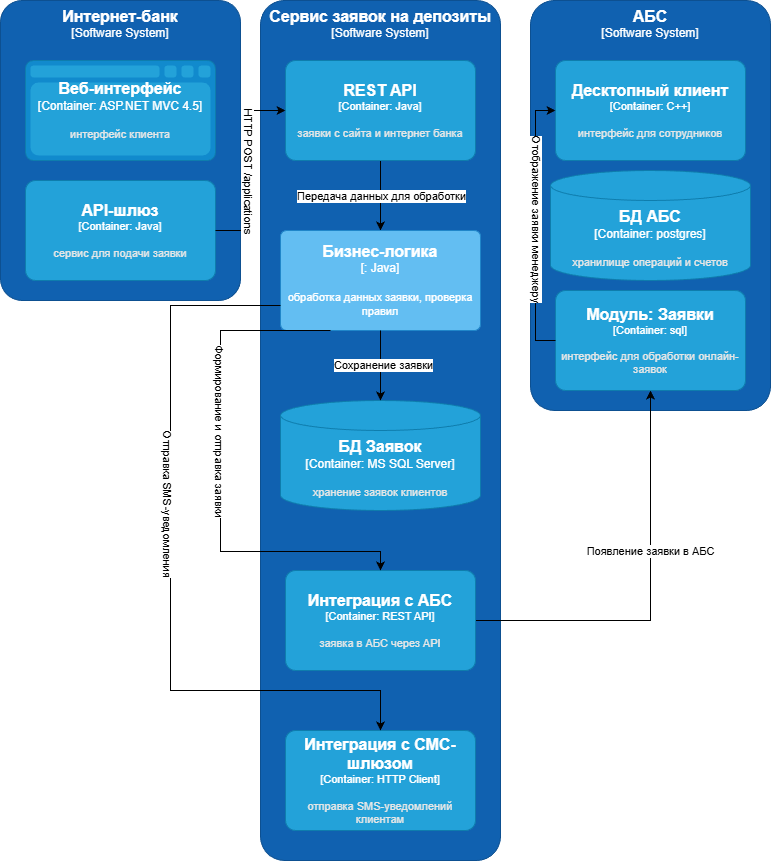
Above: Task3/task_3_container_diagram.png in honeypot9/architecture-pro-standart (draw.io), before the change. Source tidied: cells renumbered, new cells last; positions are measured from the earlier drawing's top-left corner, leaving out a move shared by most shapes.
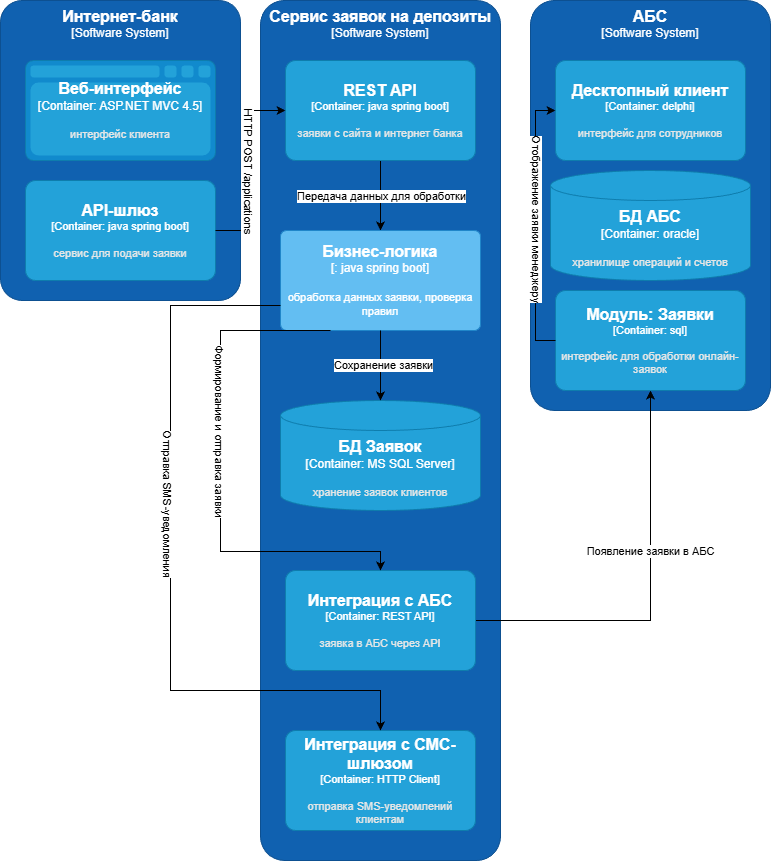
Above is the later version.

Commit message:
Задание 3. Открытие депозитов онлайн. Правка диаграмм.

Change to the diagram source:
```diff
@@ -25,7 +25,7 @@
         <mxGeometry x="25" y="60" width="190" height="100" as="geometry" />
       </mxCell>
     </object>
-    <object id="7" label="&lt;font style=&quot;font-size: 16px&quot;&gt;&lt;b&gt;%c4Name%&lt;/b&gt;&lt;/font&gt;&lt;div&gt;[%c4Type%: %c4Technology%]&lt;/div&gt;&lt;br&gt;&lt;div&gt;&lt;font style=&quot;font-size: 11px&quot;&gt;&lt;font color=&quot;#E6E6E6&quot;&gt;%c4Description%&lt;/font&gt;&lt;/div&gt;" c4Description="сервис для подачи заявки" c4Name="API-шлюз" c4Technology="Java" c4Type="Container" placeholders="1">
+    <object id="7" label="&lt;font style=&quot;font-size: 16px&quot;&gt;&lt;b&gt;%c4Name%&lt;/b&gt;&lt;/font&gt;&lt;div&gt;[%c4Type%: %c4Technology%]&lt;/div&gt;&lt;br&gt;&lt;div&gt;&lt;font style=&quot;font-size: 11px&quot;&gt;&lt;font color=&quot;#E6E6E6&quot;&gt;%c4Description%&lt;/font&gt;&lt;/div&gt;" c4Description="сервис для подачи заявки" c4Name="API-шлюз" c4Technology="java spring boot" c4Type="Container" placeholders="1">
       <mxCell style="rounded=1;whiteSpace=wrap;html=1;fontSize=11;labelBackgroundColor=none;fillColor=#23A2D9;fontColor=#ffffff;align=center;arcSize=10;strokeColor=#0E7DAD;points=[[0.25,0,0],[0.5,0,0],[0.75,0,0],[1,0.25,0],[1,0.5,0],[1,0.75,0],[0.75,1,0],[0.5,1,0],[0.25,1,0],[0,0.75,0],[0,0.5,0],[0,0.25,0]];" parent="1" vertex="1">
         <mxGeometry x="25" y="180" width="190" height="100" as="geometry" />
       </mxCell>
@@ -36,12 +36,12 @@
     <mxCell id="9" value="Передача данных для обработки" style="edgeLabel;html=1;align=center;verticalAlign=middle;" parent="8" vertex="1">
       <mxGeometry relative="1" as="geometry" />
     </mxCell>
-    <object id="10" label="&lt;font style=&quot;font-size: 16px&quot;&gt;&lt;b&gt;%c4Name%&lt;/b&gt;&lt;/font&gt;&lt;div&gt;[%c4Type%: %c4Technology%]&lt;/div&gt;&lt;br&gt;&lt;div&gt;&lt;font style=&quot;font-size: 11px&quot;&gt;&lt;font color=&quot;#E6E6E6&quot;&gt;%c4Description%&lt;/font&gt;&lt;/div&gt;" c4Description="заявки с сайта и интернет банка" c4Name="REST API" c4Technology="Java" c4Type="Container" placeholders="1">
+    <object id="10" label="&lt;font style=&quot;font-size: 16px&quot;&gt;&lt;b&gt;%c4Name%&lt;/b&gt;&lt;/font&gt;&lt;div&gt;[%c4Type%: %c4Technology%]&lt;/div&gt;&lt;br&gt;&lt;div&gt;&lt;font style=&quot;font-size: 11px&quot;&gt;&lt;font color=&quot;#E6E6E6&quot;&gt;%c4Description%&lt;/font&gt;&lt;/div&gt;" c4Description="заявки с сайта и интернет банка" c4Name="REST API" c4Technology="java spring boot" c4Type="Container" placeholders="1">
       <mxCell style="rounded=1;whiteSpace=wrap;html=1;fontSize=11;labelBackgroundColor=none;fillColor=#23A2D9;fontColor=#ffffff;align=center;arcSize=10;strokeColor=#0E7DAD;points=[[0.25,0,0],[0.5,0,0],[0.75,0,0],[1,0.25,0],[1,0.5,0],[1,0.75,0],[0.75,1,0],[0.5,1,0],[0.25,1,0],[0,0.75,0],[0,0.5,0],[0,0.25,0]];" parent="1" vertex="1">
         <mxGeometry x="285" y="60" width="190" height="100" as="geometry" />
       </mxCell>
     </object>
-    <object id="11" label="&lt;font style=&quot;font-size: 16px&quot;&gt;&lt;b&gt;%c4Name%&lt;/b&gt;&lt;/font&gt;&lt;div&gt;[%c4Type%: %c4Technology%]&lt;/div&gt;&lt;br&gt;&lt;div&gt;&lt;font style=&quot;font-size: 11px&quot;&gt;%c4Description%&lt;/font&gt;&lt;/div&gt;" c4Description="обработка данных заявки, проверка правил" c4Name="Бизнес-логика" c4Technology="Java" c4Type="" placeholders="1">
+    <object id="11" label="&lt;font style=&quot;font-size: 16px&quot;&gt;&lt;b&gt;%c4Name%&lt;/b&gt;&lt;/font&gt;&lt;div&gt;[%c4Type%: %c4Technology%]&lt;/div&gt;&lt;br&gt;&lt;div&gt;&lt;font style=&quot;font-size: 11px&quot;&gt;%c4Description%&lt;/font&gt;&lt;/div&gt;" c4Description="обработка данных заявки, проверка правил" c4Name="Бизнес-логика" c4Technology="java spring boot" c4Type="" placeholders="1">
       <mxCell style="rounded=1;whiteSpace=wrap;html=1;labelBackgroundColor=none;fillColor=#63BEF2;fontColor=#ffffff;align=center;arcSize=6;strokeColor=#2086C9;points=[[0.25,0,0],[0.5,0,0],[0.75,0,0],[1,0.25,0],[1,0.5,0],[1,0.75,0],[0.75,1,0],[0.5,1,0],[0.25,1,0],[0,0.75,0],[0,0.5,0],[0,0.25,0]];" parent="1" vertex="1">
         <mxGeometry x="280" y="230" width="200" height="100" as="geometry" />
       </mxCell>
@@ -67,12 +67,12 @@
         <mxGeometry x="285" y="730" width="190" height="100" as="geometry" />
       </mxCell>
     </object>
-    <object id="17" label="&lt;font style=&quot;font-size: 16px&quot;&gt;&lt;b&gt;%c4Name%&lt;/b&gt;&lt;/font&gt;&lt;div&gt;[%c4Type%: %c4Technology%]&lt;/div&gt;&lt;br&gt;&lt;div&gt;&lt;font style=&quot;font-size: 11px&quot;&gt;&lt;font color=&quot;#E6E6E6&quot;&gt;%c4Description%&lt;/font&gt;&lt;/div&gt;" c4Description="интерфейс для сотрудников" c4Name="Десктопный клиент" c4Technology="C++" c4Type="Container" placeholders="1">
+    <object id="17" label="&lt;font style=&quot;font-size: 16px&quot;&gt;&lt;b&gt;%c4Name%&lt;/b&gt;&lt;/font&gt;&lt;div&gt;[%c4Type%: %c4Technology%]&lt;/div&gt;&lt;br&gt;&lt;div&gt;&lt;font style=&quot;font-size: 11px&quot;&gt;&lt;font color=&quot;#E6E6E6&quot;&gt;%c4Description%&lt;/font&gt;&lt;/div&gt;" c4Description="интерфейс для сотрудников" c4Name="Десктопный клиент" c4Technology="delphi" c4Type="Container" placeholders="1">
       <mxCell style="rounded=1;whiteSpace=wrap;html=1;fontSize=11;labelBackgroundColor=none;fillColor=#23A2D9;fontColor=#ffffff;align=center;arcSize=10;strokeColor=#0E7DAD;points=[[0.25,0,0],[0.5,0,0],[0.75,0,0],[1,0.25,0],[1,0.5,0],[1,0.75,0],[0.75,1,0],[0.5,1,0],[0.25,1,0],[0,0.75,0],[0,0.5,0],[0,0.25,0]];" parent="1" vertex="1">
         <mxGeometry x="555" y="60" width="190" height="100" as="geometry" />
       </mxCell>
     </object>
-    <object id="18" label="&lt;font style=&quot;font-size: 16px&quot;&gt;&lt;b&gt;%c4Name%&lt;/b&gt;&lt;/font&gt;&lt;div&gt;[%c4Type%:&amp;nbsp;%c4Technology%]&lt;/div&gt;&lt;br&gt;&lt;div&gt;&lt;font style=&quot;font-size: 11px&quot;&gt;&lt;font color=&quot;#E6E6E6&quot;&gt;%c4Description%&lt;/font&gt;&lt;/div&gt;" c4Description="хранилище операций и счетов" c4Name="БД АБС" c4Technology="postgres" c4Type="Container" placeholders="1">
+    <object id="18" label="&lt;font style=&quot;font-size: 16px&quot;&gt;&lt;b&gt;%c4Name%&lt;/b&gt;&lt;/font&gt;&lt;div&gt;[%c4Type%:&amp;nbsp;%c4Technology%]&lt;/div&gt;&lt;br&gt;&lt;div&gt;&lt;font style=&quot;font-size: 11px&quot;&gt;&lt;font color=&quot;#E6E6E6&quot;&gt;%c4Description%&lt;/font&gt;&lt;/div&gt;" c4Description="хранилище операций и счетов" c4Name="БД АБС" c4Technology="oracle" c4Type="Container" placeholders="1">
       <mxCell style="shape=cylinder3;size=15;whiteSpace=wrap;html=1;boundedLbl=1;rounded=0;labelBackgroundColor=none;fillColor=#23A2D9;fontSize=12;fontColor=#ffffff;align=center;strokeColor=#0E7DAD;" parent="1" vertex="1">
         <mxGeometry x="550" y="170" width="200" height="110" as="geometry" />
       </mxCell>
```
